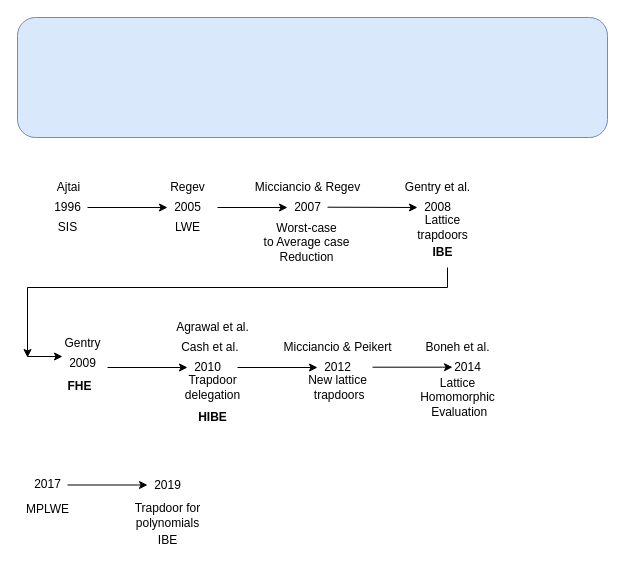
Before: Milestone-in-Lattice-based-crypto.drawio in huyle84/diagrams, a draw.io diagram. Source tidied: cells renumbered, new cells numbered last; positions are measured from the earlier drawing's top-left corner, leaving out a move shared by most shapes. Both pictures are drawn from the tidied source at 100%, with x=0, y=0 at pixel (17, 17).
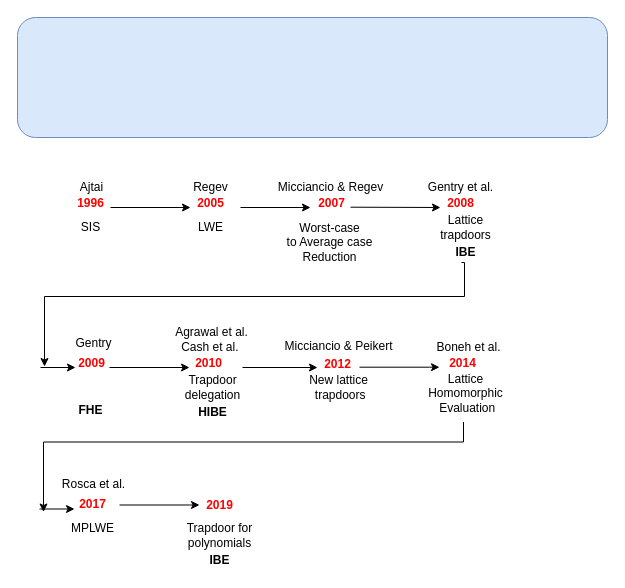
After the change.

What changed in the source:
```diff
@@
     <mxCell id="3" style="endArrow=classic;html=1;rounded=0;" parent="1" edge="1">
       <mxGeometry relative="1" as="geometry">
-        <mxPoint x="70" y="190" as="sourcePoint" />
-        <mxPoint x="150" y="190" as="targetPoint" />
+        <mxPoint x="93" y="190" as="sourcePoint" />
+        <mxPoint x="173" y="190" as="targetPoint" />
       </mxGeometry>
     </mxCell>
     <mxCell id="4" value="Ajtai" style="text;html=1;align=center;verticalAlign=middle;strokeColor=none;fillColor=none;" parent="1" vertex="1">
-      <mxGeometry x="31" y="160" width="40" height="20" as="geometry" />
+      <mxGeometry x="54" y="160" width="40" height="20" as="geometry" />
     </mxCell>
     <mxCell id="5" value="SIS" style="text;html=1;align=center;verticalAlign=middle;strokeColor=none;fillColor=none;" parent="1" vertex="1">
-      <mxGeometry x="35" y="200" width="30" height="20" as="geometry" />
+      <mxGeometry x="58" y="200" width="30" height="20" as="geometry" />
     </mxCell>
     <mxCell id="6" style="endArrow=classic;html=1;rounded=0;" parent="1" edge="1">
       <mxGeometry relative="1" as="geometry">
-        <mxPoint x="200" y="190" as="sourcePoint" />
-        <mxPoint x="270" y="190" as="targetPoint" />
+        <mxPoint x="223" y="190" as="sourcePoint" />
+        <mxPoint x="293" y="190" as="targetPoint" />
       </mxGeometry>
     </mxCell>
     <mxCell id="7" value="Regev" style="text;html=1;align=center;verticalAlign=middle;strokeColor=none;fillColor=none;" parent="1" vertex="1">
-      <mxGeometry x="145" y="160" width="50" height="20" as="geometry" />
+      <mxGeometry x="168" y="160" width="50" height="20" as="geometry" />
     </mxCell>
     <mxCell id="8" value="LWE" style="text;html=1;align=center;verticalAlign=middle;strokeColor=none;fillColor=none;" parent="1" vertex="1">
-      <mxGeometry x="150" y="200" width="40" height="20" as="geometry" />
+      <mxGeometry x="173" y="200" width="40" height="20" as="geometry" />
     </mxCell>
     <mxCell id="9" value="Gentry et al." style="text;html=1;align=center;verticalAlign=middle;strokeColor=none;fillColor=none;" parent="1" vertex="1">
-      <mxGeometry x="380" y="160" width="80" height="20" as="geometry" />
+      <mxGeometry x="403" y="160" width="80" height="20" as="geometry" />
     </mxCell>
-    <mxCell id="10" style="edgeStyle=orthogonalEdgeStyle;rounded=0;orthogonalLoop=1;jettySize=auto;html=1;" parent="1" edge="1">
+    <mxCell id="10" style="edgeStyle=orthogonalEdgeStyle;rounded=0;jettySize=auto;html=1;exitX=0.4;exitY=1;exitDx=0;exitDy=0;exitPerimeter=0;" parent="1" edge="1" source="15">
       <mxGeometry relative="1" as="geometry">
-        <mxPoint x="430" y="250" as="sourcePoint" />
-        <mxPoint x="10" y="340" as="targetPoint" />
+        <mxPoint x="27" y="349" as="targetPoint" />
         <Array as="points">
-          <mxPoint x="430" y="270" />
-          <mxPoint x="10" y="270" />
+          <mxPoint x="447" y="245" />
+          <mxPoint x="447" y="279" />
+          <mxPoint x="27" y="279" />
         </Array>
       </mxGeometry>
     </mxCell>
     <mxCell id="11" value="Lattice &lt;br&gt;trapdoors" style="text;html=1;align=center;verticalAlign=middle;strokeColor=none;fillColor=none;" parent="1" vertex="1">
-      <mxGeometry x="390" y="195" width="70" height="30" as="geometry" />
+      <mxGeometry x="413" y="195" width="70" height="30" as="geometry" />
     </mxCell>
     <mxCell id="12" value="Micciancio &amp;amp; Peikert&lt;br&gt;" style="text;html=1;align=center;verticalAlign=middle;strokeColor=none;fillColor=none;" parent="1" vertex="1">
-      <mxGeometry x="260" y="320" width="120" height="20" as="geometry" />
+      <mxGeometry x="261" y="319" width="120" height="20" as="geometry" />
     </mxCell>
     <mxCell id="13" value="New lattice&lt;br&gt;&amp;nbsp;trapdoors" style="text;html=1;align=center;verticalAlign=middle;strokeColor=none;fillColor=none;" parent="1" vertex="1">
-      <mxGeometry x="285" y="355" width="70" height="30" as="geometry" />
+      <mxGeometry x="286" y="355" width="70" height="30" as="geometry" />
     </mxCell>
     <mxCell id="14" style="endArrow=classic;html=1;rounded=0;" parent="1" edge="1">
       <mxGeometry relative="1" as="geometry">
-        <mxPoint x="220" y="350" as="sourcePoint" />
+        <mxPoint x="225" y="350" as="sourcePoint" />
         <mxPoint x="300" y="350" as="targetPoint" />
       </mxGeometry>
     </mxCell>
     <mxCell id="15" value="IBE" style="text;html=1;align=center;verticalAlign=middle;points=[];strokeColor=none;fillColor=none;fontStyle=1;" parent="1" vertex="1">
-      <mxGeometry x="405" y="225" width="40" height="20" as="geometry" />
+      <mxGeometry x="428" y="225" width="40" height="20" as="geometry" />
     </mxCell>
     <mxCell id="16" value="Micciancio &amp;amp; Regev" style="text;html=1;align=center;verticalAlign=middle;strokeColor=none;fillColor=none;" parent="1" vertex="1">
-      <mxGeometry x="230" y="160" width="120" height="20" as="geometry" />
+      <mxGeometry x="253" y="160" width="120" height="20" as="geometry" />
     </mxCell>
     <mxCell id="17" value="Worst-case &lt;br&gt;to Average case&lt;br&gt;Reduction" style="text;html=1;align=center;verticalAlign=middle;strokeColor=none;fillColor=none;" parent="1" vertex="1">
-      <mxGeometry x="239" y="200" width="100" height="50" as="geometry" />
+      <mxGeometry x="262" y="200" width="100" height="50" as="geometry" />
     </mxCell>
     <mxCell id="18" value="Agrawal et al." style="text;html=1;align=center;verticalAlign=middle;strokeColor=none;fillColor=none;" parent="1" vertex="1">
-      <mxGeometry x="150" y="300" width="90" height="20" as="geometry" />
+      <mxGeometry x="149" y="305" width="90" height="20" as="geometry" />
     </mxCell>
@@
     <mxCell id="21" value="Gentry" style="text;html=1;align=center;verticalAlign=middle;strokeColor=none;fillColor=none;" parent="1" vertex="1">
-      <mxGeometry x="40" y="316" width="50" height="20" as="geometry" />
+      <mxGeometry x="51" y="316" width="50" height="20" as="geometry" />
     </mxCell>
     <mxCell id="22" value="FHE" style="text;html=1;align=center;verticalAlign=middle;strokeColor=none;fillColor=none;fontStyle=1;" parent="1" vertex="1">
-      <mxGeometry x="42" y="359" width="40" height="20" as="geometry" />
+      <mxGeometry x="53" y="383" width="40" height="20" as="geometry" />
     </mxCell>
     <mxCell id="23" style="endArrow=classic;html=1;rounded=0;" parent="1" edge="1">
       <mxGeometry relative="1" as="geometry">
-        <mxPoint x="10" y="339" as="sourcePoint" />
-        <mxPoint x="45" y="339" as="targetPoint" />
+        <mxPoint x="23" y="350" as="sourcePoint" />
+        <mxPoint x="58" y="350" as="targetPoint" />
       </mxGeometry>
     </mxCell>
     <mxCell id="24" style="endArrow=classic;html=1;rounded=0;" parent="1" edge="1">
       <mxGeometry relative="1" as="geometry">
-        <mxPoint x="310" y="189.7" as="sourcePoint" />
-        <mxPoint x="400" y="190" as="targetPoint" />
+        <mxPoint x="333" y="189.7" as="sourcePoint" />
+        <mxPoint x="423" y="190" as="targetPoint" />
       </mxGeometry>
     </mxCell>
-    <mxCell id="25" value="1996" style="text;html=1;align=center;verticalAlign=middle;strokeColor=none;fillColor=none;" parent="1" vertex="1">
-      <mxGeometry x="30" y="180" width="40" height="20" as="geometry" />
+    <mxCell id="25" value="1996" style="text;html=1;align=center;verticalAlign=middle;strokeColor=none;fillColor=none;fontStyle=1;fontColor=#FF0000;" parent="1" vertex="1">
+      <mxGeometry x="53" y="176" width="40" height="20" as="geometry" />
     </mxCell>
-    <mxCell id="26" value="2005" style="text;html=1;align=center;verticalAlign=middle;strokeColor=none;fillColor=none;" parent="1" vertex="1">
-      <mxGeometry x="150" y="180" width="40" height="20" as="geometry" />
+    <mxCell id="26" value="2005" style="text;html=1;align=center;verticalAlign=middle;strokeColor=none;fillColor=none;fontStyle=1;fontColor=#FF0000;" parent="1" vertex="1">
+      <mxGeometry x="173" y="176" width="40" height="20" as="geometry" />
     </mxCell>
-    <mxCell id="27" value="2007" style="text;html=1;align=center;verticalAlign=middle;strokeColor=none;fillColor=none;" parent="1" vertex="1">
-      <mxGeometry x="270" y="180" width="40" height="20" as="geometry" />
+    <mxCell id="27" value="2007" style="text;html=1;align=center;verticalAlign=middle;strokeColor=none;fillColor=none;fontStyle=1;fontColor=#FF0000;" parent="1" vertex="1">
+      <mxGeometry x="294" y="176" width="40" height="20" as="geometry" />
     </mxCell>
-    <mxCell id="28" value="2008" style="text;html=1;align=center;verticalAlign=middle;strokeColor=none;fillColor=none;" parent="1" vertex="1">
-      <mxGeometry x="400" y="180" width="40" height="20" as="geometry" />
+    <mxCell id="28" value="2008" style="text;html=1;align=center;verticalAlign=middle;strokeColor=none;fillColor=none;fontStyle=1;fontColor=#FF0000;" parent="1" vertex="1">
+      <mxGeometry x="423" y="176" width="40" height="20" as="geometry" />
     </mxCell>
-    <mxCell id="29" value="2010" style="text;html=1;align=center;verticalAlign=middle;strokeColor=none;fillColor=none;" parent="1" vertex="1">
-      <mxGeometry x="170" y="340" width="40" height="20" as="geometry" />
+    <mxCell id="29" value="2010" style="text;html=1;align=center;verticalAlign=middle;strokeColor=none;fillColor=none;fontStyle=1;fontColor=#FF0000;" parent="1" vertex="1">
+      <mxGeometry x="171" y="336" width="40" height="20" as="geometry" />
     </mxCell>
     <mxCell id="30" value="HIBE" style="text;html=1;align=center;verticalAlign=middle;strokeColor=none;fillColor=none;fontStyle=1;" parent="1" vertex="1">
-      <mxGeometry x="175" y="390" width="40" height="20" as="geometry" />
+      <mxGeometry x="175" y="385" width="40" height="20" as="geometry" />
     </mxCell>
-    <mxCell id="31" value="2012" style="text;html=1;align=center;verticalAlign=middle;strokeColor=none;fillColor=none;" parent="1" vertex="1">
-      <mxGeometry x="300" y="340" width="40" height="20" as="geometry" />
+    <mxCell id="31" value="2012" style="text;html=1;align=center;verticalAlign=middle;strokeColor=none;fillColor=none;fontStyle=1;fontColor=#FF0000;" parent="1" vertex="1">
+      <mxGeometry x="300" y="337" width="40" height="20" as="geometry" />
     </mxCell>
     <mxCell id="32" style="endArrow=classic;html=1;rounded=0;" parent="1" edge="1">
       <mxGeometry relative="1" as="geometry">
-        <mxPoint x="355" y="349.7" as="sourcePoint" />
-        <mxPoint x="435" y="349.7" as="targetPoint" />
+        <mxPoint x="342" y="349.7" as="sourcePoint" />
+        <mxPoint x="422" y="349.7" as="targetPoint" />
         <Array as="points">
-          <mxPoint x="425" y="349.7" />
+          <mxPoint x="412" y="349.7" />
         </Array>
       </mxGeometry>
     </mxCell>
-    <mxCell id="33" value="2014" style="text;html=1;align=center;verticalAlign=middle;strokeColor=none;fillColor=none;" parent="1" vertex="1">
-      <mxGeometry x="430" y="340" width="40" height="20" as="geometry" />
+    <mxCell id="33" value="2014" style="text;html=1;align=center;verticalAlign=middle;strokeColor=none;fillColor=none;fontStyle=1;fontColor=#FF0000;" parent="1" vertex="1">
+      <mxGeometry x="425" y="336" width="40" height="20" as="geometry" />
     </mxCell>
     <mxCell id="34" value="Boneh et al." style="text;html=1;align=center;verticalAlign=middle;strokeColor=none;fillColor=none;" parent="1" vertex="1">
-      <mxGeometry x="400" y="320" width="80" height="20" as="geometry" />
+      <mxGeometry x="411" y="320" width="80" height="20" as="geometry" />
     </mxCell>
     <mxCell id="35" value="Lattice &lt;br&gt;Homomorphic&lt;br&gt;&amp;nbsp;Evaluation" style="text;html=1;align=center;verticalAlign=middle;strokeColor=none;fillColor=none;" parent="1" vertex="1">
-      <mxGeometry x="395" y="355" width="90" height="50" as="geometry" />
+      <mxGeometry x="403" y="351" width="90" height="50" as="geometry" />
     </mxCell>
-    <mxCell id="36" value="2009" style="text;html=1;align=center;verticalAlign=middle;strokeColor=none;fillColor=none;" parent="1" vertex="1">
-      <mxGeometry x="45" y="336" width="40" height="20" as="geometry" />
+    <mxCell id="36" value="2009" style="text;html=1;align=center;verticalAlign=middle;strokeColor=none;fillColor=none;fontStyle=1;fontColor=#FF0000;" parent="1" vertex="1">
+      <mxGeometry x="54" y="336" width="40" height="20" as="geometry" />
     </mxCell>
     <mxCell id="37" style="endArrow=classic;html=1;rounded=0;" parent="1" edge="1">
       <mxGeometry relative="1" as="geometry">
-        <mxPoint x="90" y="350" as="sourcePoint" />
-        <mxPoint x="170" y="350" as="targetPoint" />
+        <mxPoint x="92" y="350" as="sourcePoint" />
+        <mxPoint x="172" y="350" as="targetPoint" />
       </mxGeometry>
     </mxCell>
-    <mxCell id="38" value="2019" style="text;html=1;align=center;verticalAlign=middle;strokeColor=none;fillColor=none;" parent="1" vertex="1">
-      <mxGeometry x="130" y="458" width="40" height="20" as="geometry" />
+    <mxCell id="38" value="2019" style="text;html=1;align=center;verticalAlign=middle;strokeColor=none;fillColor=none;fontColor=#FF0000;fontStyle=1;" parent="1" vertex="1">
+      <mxGeometry x="182" y="478" width="40" height="20" as="geometry" />
     </mxCell>
     <mxCell id="39" value="Trapdoor for &lt;br&gt;polynomials" style="text;html=1;align=center;verticalAlign=middle;strokeColor=none;fillColor=none;" parent="1" vertex="1">
-      <mxGeometry x="110" y="483" width="80" height="30" as="geometry" />
+      <mxGeometry x="162" y="503" width="80" height="30" as="geometry" />
     </mxCell>
-    <mxCell id="40" value="IBE" style="text;html=1;align=center;verticalAlign=middle;strokeColor=none;fillColor=none;" parent="1" vertex="1">
-      <mxGeometry x="135" y="513" width="30" height="20" as="geometry" />
+    <mxCell id="40" value="IBE" style="text;html=1;align=center;verticalAlign=middle;strokeColor=none;fillColor=none;fontStyle=1;" parent="1" vertex="1">
+      <mxGeometry x="182" y="533" width="40" height="20" as="geometry" />
     </mxCell>
-    <mxCell id="41" value="2017" style="text;html=1;align=center;verticalAlign=middle;strokeColor=none;fillColor=none;" parent="1" vertex="1">
-      <mxGeometry x="10" y="457" width="40" height="20" as="geometry" />
+    <mxCell id="41" value="2017" style="text;html=1;align=center;verticalAlign=middle;strokeColor=none;fillColor=none;fontColor=#FF0000;fontStyle=1;" parent="1" vertex="1">
+      <mxGeometry x="55" y="477" width="40" height="20" as="geometry" />
     </mxCell>
     <mxCell id="42" value="MPLWE" style="text;html=1;align=center;verticalAlign=middle;strokeColor=none;fillColor=none;" parent="1" vertex="1">
-      <mxGeometry y="482" width="60" height="20" as="geometry" />
+      <mxGeometry x="45" y="501" width="60" height="20" as="geometry" />
     </mxCell>
     <mxCell id="43" style="endArrow=classic;html=1;rounded=0;" parent="1" edge="1">
       <mxGeometry relative="1" as="geometry">
-        <mxPoint x="50" y="467.5" as="sourcePoint" />
-        <mxPoint x="130" y="467.5" as="targetPoint" />
+        <mxPoint x="102" y="487.5" as="sourcePoint" />
+        <mxPoint x="182" y="487.5" as="targetPoint" />
         <Array as="points">
-          <mxPoint x="120" y="467.5" />
+          <mxPoint x="172" y="487.5" />
         </Array>
       </mxGeometry>
     </mxCell>
+    <mxCell id="44" style="edgeStyle=orthogonalEdgeStyle;rounded=0;orthogonalLoop=1;jettySize=auto;html=1;" parent="1" edge="1">
+      <mxGeometry relative="1" as="geometry">
+        <mxPoint x="446" y="404.5" as="sourcePoint" />
+        <mxPoint x="26" y="494.5" as="targetPoint" />
+        <Array as="points">
+          <mxPoint x="446" y="424.5" />
+          <mxPoint x="26" y="424.5" />
+        </Array>
+      </mxGeometry>
+    </mxCell>
+    <mxCell id="45" style="endArrow=classic;html=1;rounded=0;" parent="1" edge="1">
+      <mxGeometry relative="1" as="geometry">
+        <mxPoint x="22" y="491.5" as="sourcePoint" />
+        <mxPoint x="57" y="491.5" as="targetPoint" />
+      </mxGeometry>
+    </mxCell>
+    <mxCell id="46" value="Rosca et al." style="text;html=1;align=center;verticalAlign=middle;strokeColor=none;fillColor=none;fontColor=#000000;" parent="1" vertex="1">
+      <mxGeometry x="36" y="457" width="80" height="20" as="geometry" />
+    </mxCell>
```
